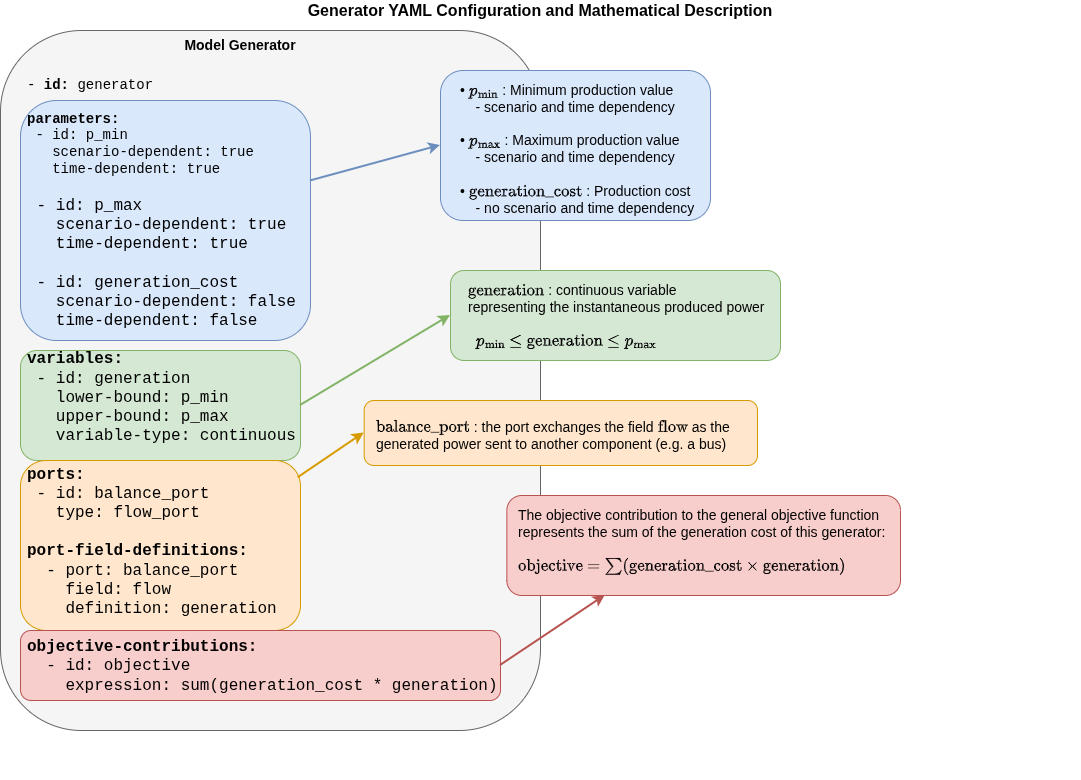
Before: doc/assets/2_QSE_Adequacy_maths.png, a diagram exported from draw.io (AntaresSimulatorTeam/GEMS). Source tidied: cells renumbered, new cells last; positions are measured from the earlier drawing's top-left corner, leaving out a move shared by most shapes.
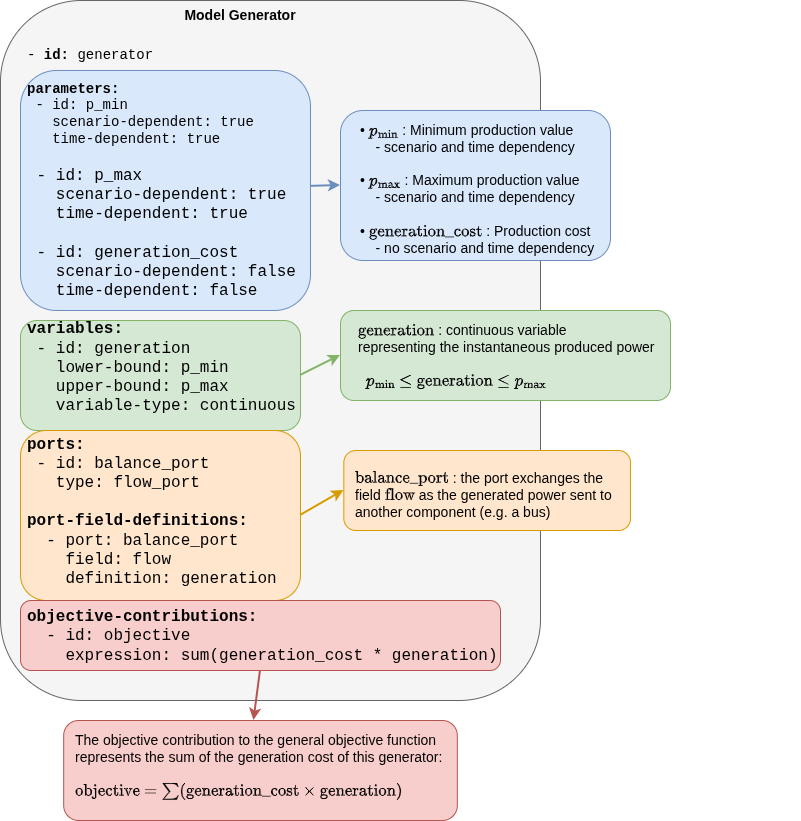
After the commit.

Commit message:
upgrade diagram

Diff of the diagram source:
```diff
@@ -2,9 +2,6 @@
   <root>
     <mxCell id="0" />
     <mxCell id="1" parent="0" />
-    <mxCell id="2" value="Generator YAML Configuration and Mathematical Description" style="text;html=1;strokeColor=none;fillColor=none;align=center;verticalAlign=middle;whiteSpace=wrap;rounded=0;fontStyle=1;fontSize=16;" parent="1" vertex="1">
-      <mxGeometry width="1080" height="20" as="geometry" />
-    </mxCell>
     <mxCell id="3" style="rounded=1;whiteSpace=wrap;html=1;fillColor=#f5f5f5;strokeColor=#666666;align=left;verticalAlign=top;fontFamily=Courier New;fontSize=11;spacingLeft=10;spacingTop=10;" parent="1" vertex="1">
       <mxGeometry y="30" width="540" height="700" as="geometry" />
     </mxCell>
@@ -29,14 +26,14 @@
     <mxCell id="10" style="endArrow=classic;html=1;rounded=0;exitX=1;exitY=0.5;exitDx=0;exitDy=0;entryX=0;entryY=0.5;entryDx=0;entryDy=0;strokeWidth=2;strokeColor=#82b366;" parent="1" edge="1" source="6" target="14">
       <mxGeometry relative="1" as="geometry" />
     </mxCell>
-    <mxCell id="11" style="endArrow=classic;html=1;rounded=0;entryX=0;entryY=0.5;entryDx=0;entryDy=0;strokeWidth=2;strokeColor=#d79b00;exitX=0.992;exitY=0.101;exitDx=0;exitDy=0;exitPerimeter=0;" parent="1" edge="1" source="7" target="22">
+    <mxCell id="11" style="endArrow=classic;html=1;rounded=0;entryX=0;entryY=0.5;entryDx=0;entryDy=0;strokeWidth=2;strokeColor=#d79b00;exitX=1;exitY=0.5;exitDx=0;exitDy=0;" parent="1" edge="1" source="7" target="22">
       <mxGeometry relative="1" as="geometry" />
     </mxCell>
-    <mxCell id="12" style="endArrow=classic;html=1;rounded=0;entryX=0.25;entryY=1;entryDx=0;entryDy=0;strokeWidth=2;strokeColor=#b85450;exitX=1;exitY=0.5;exitDx=0;exitDy=0;" parent="1" edge="1" source="8" target="25">
+    <mxCell id="12" style="endArrow=classic;html=1;rounded=0;entryX=0.5;entryY=0;entryDx=0;entryDy=0;strokeWidth=2;strokeColor=#b85450;exitX=0.5;exitY=1;exitDx=0;exitDy=0;" parent="1" edge="1" source="8" target="26">
       <mxGeometry relative="1" as="geometry" />
     </mxCell>
     <mxCell id="13" style="group;" parent="1" vertex="1">
-      <mxGeometry x="450" y="270" width="330" height="90" as="geometry" />
+      <mxGeometry x="340" y="340" width="330" height="90" as="geometry" />
     </mxCell>
     <mxCell id="14" style="rounded=1;whiteSpace=wrap;html=1;fillColor=#d5e8d4;strokeColor=#82b366;align=left;verticalAlign=top;spacingLeft=10;spacingTop=10;" parent="13" vertex="1">
       <mxGeometry width="330" height="90" as="geometry" />
@@ -45,7 +42,7 @@
       <mxGeometry x="6.4" width="317.3" height="82.5" as="geometry" />
     </mxCell>
     <mxCell id="16" style="group;" parent="1" vertex="1">
-      <mxGeometry x="440" y="50" width="460" height="170" as="geometry" />
+      <mxGeometry x="340" y="120" width="460" height="170" as="geometry" />
     </mxCell>
     <mxCell id="17" style="group;" parent="16" vertex="1">
       <mxGeometry y="20" width="270" height="150" as="geometry" />
@@ -56,20 +53,17 @@
     <mxCell id="19" value="&lt;font style=&quot;font-size: 14px;&quot;&gt;• \(p_{\text{min}}\) : Minimum production value&lt;br&gt;&amp;nbsp;&amp;nbsp;&amp;nbsp;&amp;nbsp;- scenario and time dependency&lt;br&gt;&lt;br&gt;• \(p_{\text{max}}\) : Maximum production value&lt;br&gt;&amp;nbsp;&amp;nbsp;&amp;nbsp;&amp;nbsp;- scenario and time dependency&lt;br&gt;&lt;br&gt;• \(\text{generation\_cost}\) : Production cost&lt;br&gt;&amp;nbsp;&amp;nbsp;&amp;nbsp;&amp;nbsp;- no scenario and time dependency&lt;/font&gt;" style="text;html=1;strokeColor=none;fillColor=none;align=left;verticalAlign=top;whiteSpace=wrap;rounded=0;fontSize=11;spacingLeft=10;spacingTop=5;" parent="17" vertex="1">
       <mxGeometry x="7.7" width="262.3" height="150" as="geometry" />
     </mxCell>
-    <mxCell id="20" value="&lt;font style=&quot;font-size: 14px;&quot;&gt;- &lt;b style=&quot;&quot;&gt;id:&lt;/b&gt; generator&lt;/font&gt;&lt;div&gt;&lt;font style=&quot;font-size: 14px;&quot;&gt;&lt;br&gt;&lt;b&gt;  parameters:&lt;/b&gt;&lt;br&gt;&amp;nbsp;- id: p_min&lt;br&gt;&amp;nbsp; &amp;nbsp;scenario-dependent: true&lt;br&gt;&amp;nbsp; &amp;nbsp;time-dependent: true&lt;/font&gt;&lt;/div&gt;&lt;div&gt;&lt;font size=&quot;3&quot;&gt;&lt;br&gt;&amp;nbsp;- id: p_max&lt;br&gt;&amp;nbsp; &amp;nbsp;scenario-dependent: true&lt;br&gt;&amp;nbsp; &amp;nbsp;time-dependent: true&lt;/font&gt;&lt;/div&gt;&lt;div&gt;&lt;font size=&quot;3&quot;&gt;&lt;br&gt;&amp;nbsp;- id: generation_cost&lt;br&gt;&amp;nbsp; &amp;nbsp;scenario-dependent: false&lt;br&gt;&amp;nbsp; &amp;nbsp;time-dependent: false&lt;/font&gt;&lt;/div&gt;&lt;div&gt;&lt;font size=&quot;3&quot;&gt;&lt;br&gt;&lt;b&gt;  variables:&lt;/b&gt;&lt;br&gt;&amp;nbsp;- id: generation&lt;br&gt;&amp;nbsp; &amp;nbsp;lower-bound: p_min&lt;br&gt;&amp;nbsp; &amp;nbsp;upper-bound: p_max&lt;br&gt;&amp;nbsp; &amp;nbsp;variable-type: continuous&lt;/font&gt;&lt;/div&gt;&lt;div&gt;&lt;font size=&quot;3&quot;&gt;&lt;br&gt;&lt;b&gt;  ports:&lt;/b&gt;&lt;br&gt;&amp;nbsp;- id: balance_port&lt;br&gt;&amp;nbsp; &amp;nbsp;type: flow_port&lt;/font&gt;&lt;/div&gt;&lt;div&gt;&lt;font size=&quot;3&quot;&gt;&lt;br&gt;&lt;b&gt;  port-field-definitions:&lt;/b&gt;&lt;br&gt;&amp;nbsp; - port: balance_port&lt;br&gt;&amp;nbsp; &amp;nbsp; field: flow&lt;br&gt;&amp;nbsp; &amp;nbsp; definition: generation&lt;/font&gt;&lt;/div&gt;&lt;div&gt;&lt;font size=&quot;3&quot;&gt;&lt;br&gt;&lt;b&gt;  objective-contributions:&lt;/b&gt;&lt;br&gt;&amp;nbsp; - id: objective&lt;br&gt;&amp;nbsp; &amp;nbsp; expression: sum(generation_cost * generation)&lt;/font&gt;&lt;/div&gt;" style="text;html=1;strokeColor=none;fillColor=none;align=left;verticalAlign=top;whiteSpace=wrap;rounded=0;fontFamily=Courier New;fontSize=10;spacingLeft=15;spacingTop=5;" parent="1" vertex="1">
-      <mxGeometry x="10" y="65" width="520" height="715" as="geometry" />
-    </mxCell>
     <mxCell id="21" style="group;" parent="1" vertex="1">
-      <mxGeometry x="363.7" y="400" width="393.3" height="65" as="geometry" />
+      <mxGeometry x="343.3" y="480" width="286.7" height="80" as="geometry" />
     </mxCell>
     <mxCell id="22" style="rounded=1;whiteSpace=wrap;html=1;fillColor=#ffe6cc;strokeColor=#d79b00;align=left;verticalAlign=top;spacingLeft=10;spacingTop=10;" parent="21" vertex="1">
-      <mxGeometry width="393.3" height="65" as="geometry" />
+      <mxGeometry width="286.7" height="80" as="geometry" />
     </mxCell>
     <mxCell id="23" value="&lt;font style=&quot;font-size: 14px;&quot;&gt;\(\text{balance\_port}\) : the port exchanges the field&amp;nbsp;\(\text{flow}\) as the generated power sent to another&amp;nbsp;component (e.g. a bus)&lt;/font&gt;" style="text;html=1;strokeColor=none;fillColor=none;align=left;verticalAlign=top;whiteSpace=wrap;rounded=0;fontSize=11;spacingLeft=10;spacingTop=5;" parent="21" vertex="1">
-      <mxGeometry y="6.5" width="393.3" height="52" as="geometry" />
+      <mxGeometry y="8" width="286.7" height="64" as="geometry" />
     </mxCell>
     <mxCell id="24" style="group;" parent="1" vertex="1">
-      <mxGeometry x="506.3" y="495" width="393.7" height="100" as="geometry" />
+      <mxGeometry x="63.2" y="750" width="393.7" height="100" as="geometry" />
     </mxCell>
     <mxCell id="25" style="rounded=1;whiteSpace=wrap;html=1;fillColor=#f8cecc;strokeColor=#b85450;align=left;verticalAlign=top;spacingLeft=10;spacingTop=10;" parent="24" vertex="1">
       <mxGeometry width="393.7" height="100" as="geometry" />
@@ -77,5 +71,8 @@
     <mxCell id="26" value="&lt;font style=&quot;font-size: 14px;&quot;&gt;The objective contribution to the general objective function represents the sum of the generation cost of this generator:&lt;br&gt;&lt;br&gt;\(\text{objective} = \sum (\text{generation\_cost} \times \text{generation})\)&lt;/font&gt;" style="text;html=1;strokeColor=none;fillColor=none;align=left;verticalAlign=top;whiteSpace=wrap;rounded=0;fontSize=11;spacingLeft=10;spacingTop=5;" parent="24" vertex="1">
       <mxGeometry width="380.5" height="67.9" as="geometry" />
     </mxCell>
+    <mxCell id="20" value="&lt;font style=&quot;font-size: 14px;&quot;&gt;- &lt;b style=&quot;&quot;&gt;id:&lt;/b&gt; generator&lt;/font&gt;&lt;div&gt;&lt;font style=&quot;font-size: 14px;&quot;&gt;&lt;br&gt;&lt;b&gt;  parameters:&lt;/b&gt;&lt;br&gt;&amp;nbsp;- id: p_min&lt;br&gt;&amp;nbsp; &amp;nbsp;scenario-dependent: true&lt;br&gt;&amp;nbsp; &amp;nbsp;time-dependent: true&lt;/font&gt;&lt;/div&gt;&lt;div&gt;&lt;font size=&quot;3&quot;&gt;&lt;br&gt;&amp;nbsp;- id: p_max&lt;br&gt;&amp;nbsp; &amp;nbsp;scenario-dependent: true&lt;br&gt;&amp;nbsp; &amp;nbsp;time-dependent: true&lt;/font&gt;&lt;/div&gt;&lt;div&gt;&lt;font size=&quot;3&quot;&gt;&lt;br&gt;&amp;nbsp;- id: generation_cost&lt;br&gt;&amp;nbsp; &amp;nbsp;scenario-dependent: false&lt;br&gt;&amp;nbsp; &amp;nbsp;time-dependent: false&lt;/font&gt;&lt;/div&gt;&lt;div&gt;&lt;font size=&quot;3&quot;&gt;&lt;br&gt;&lt;b&gt;  variables:&lt;/b&gt;&lt;br&gt;&amp;nbsp;- id: generation&lt;br&gt;&amp;nbsp; &amp;nbsp;lower-bound: p_min&lt;br&gt;&amp;nbsp; &amp;nbsp;upper-bound: p_max&lt;br&gt;&amp;nbsp; &amp;nbsp;variable-type: continuous&lt;/font&gt;&lt;/div&gt;&lt;div&gt;&lt;font size=&quot;3&quot;&gt;&lt;br&gt;&lt;b&gt;  ports:&lt;/b&gt;&lt;br&gt;&amp;nbsp;- id: balance_port&lt;br&gt;&amp;nbsp; &amp;nbsp;type: flow_port&lt;/font&gt;&lt;/div&gt;&lt;div&gt;&lt;font size=&quot;3&quot;&gt;&lt;br&gt;&lt;b&gt;  port-field-definitions:&lt;/b&gt;&lt;br&gt;&amp;nbsp; - port: balance_port&lt;br&gt;&amp;nbsp; &amp;nbsp; field: flow&lt;br&gt;&amp;nbsp; &amp;nbsp; definition: generation&lt;/font&gt;&lt;/div&gt;&lt;div&gt;&lt;font size=&quot;3&quot;&gt;&lt;br&gt;&lt;b&gt;  objective-contributions:&lt;/b&gt;&lt;br&gt;&amp;nbsp; - id: objective&lt;br&gt;&amp;nbsp; &amp;nbsp; expression: sum(generation_cost * generation)&lt;/font&gt;&lt;/div&gt;" style="text;html=1;strokeColor=none;fillColor=none;align=left;verticalAlign=top;whiteSpace=wrap;rounded=0;fontFamily=Courier New;fontSize=10;spacingLeft=15;spacingTop=5;" parent="1" vertex="1">
+      <mxGeometry x="10" y="65" width="520" height="715" as="geometry" />
+    </mxCell>
   </root>
 </mxGraphModel>
```
